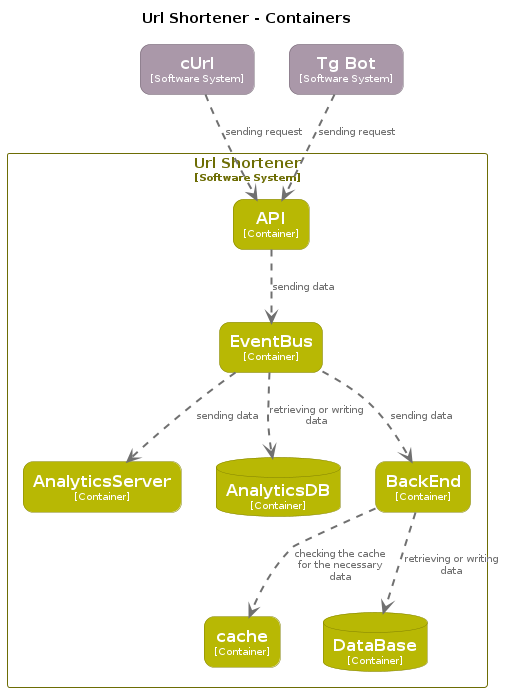
neojelll/url-shortener keeps this PlantUML diagram as architecture/diagrams/structurizr-Container-001.png. Above is the earlier version. Its diagram source:
```plantuml
@startuml
set separator none
title Url Shortener - Containers

top to bottom direction

skinparam {
  arrowFontSize 10
  defaultTextAlignment center
  wrapWidth 200
  maxMessageSize 100
}

hide stereotype

skinparam rectangle<<UrlShortener.API>> {
  BackgroundColor #b8b804
  FontColor #ffffff
  BorderColor #808002
  roundCorner 20
  shadowing false
}
skinparam database<<UrlShortener.AnalyticsDB>> {
  BackgroundColor #b8b804
  FontColor #ffffff
  BorderColor #808002
  shadowing false
}
skinparam rectangle<<UrlShortener.AnalyticsServer>> {
  BackgroundColor #b8b804
  FontColor #ffffff
  BorderColor #808002
  roundCorner 20
  shadowing false
}
skinparam rectangle<<UrlShortener.BackEnd>> {
  BackgroundColor #b8b804
  FontColor #ffffff
  BorderColor #808002
  roundCorner 20
  shadowing false
}
skinparam database<<UrlShortener.DataBase>> {
  BackgroundColor #b8b804
  FontColor #ffffff
  BorderColor #808002
  shadowing false
}
skinparam rectangle<<UrlShortener.EventBus>> {
  BackgroundColor #b8b804
  FontColor #ffffff
  BorderColor #808002
  roundCorner 20
  shadowing false
}
skinparam rectangle<<TgBot>> {
  BackgroundColor #aa98a9
  FontColor #ffffff
  BorderColor #766a76
  roundCorner 20
  shadowing false
}
skinparam rectangle<<cUrl>> {
  BackgroundColor #aa98a9
  FontColor #ffffff
  BorderColor #766a76
  roundCorner 20
  shadowing false
}
skinparam rectangle<<UrlShortener.cache>> {
  BackgroundColor #b8b804
  FontColor #ffffff
  BorderColor #808002
  roundCorner 20
  shadowing false
}
skinparam rectangle<<UrlShortener>> {
  BorderColor #6d6d04
  FontColor #6d6d04
  shadowing false
}

rectangle "==cUrl\n<size:10>[Software System]</size>" <<cUrl>> as cUrl
rectangle "==Tg Bot\n<size:10>[Software System]</size>" <<TgBot>> as TgBot

rectangle "Url Shortener\n<size:10>[Software System]</size>" <<UrlShortener>> {
  rectangle "==cache\n<size:10>[Container]</size>" <<UrlShortener.cache>> as UrlShortener.cache
  database "==DataBase\n<size:10>[Container]</size>" <<UrlShortener.DataBase>> as UrlShortener.DataBase
  rectangle "==API\n<size:10>[Container]</size>" <<UrlShortener.API>> as UrlShortener.API
  rectangle "==EventBus\n<size:10>[Container]</size>" <<UrlShortener.EventBus>> as UrlShortener.EventBus
  rectangle "==AnalyticsServer\n<size:10>[Container]</size>" <<UrlShortener.AnalyticsServer>> as UrlShortener.AnalyticsServer
  database "==AnalyticsDB\n<size:10>[Container]</size>" <<UrlShortener.AnalyticsDB>> as UrlShortener.AnalyticsDB
  rectangle "==BackEnd\n<size:10>[Container]</size>" <<UrlShortener.BackEnd>> as UrlShortener.BackEnd
}

cUrl .[#707070,thickness=2].> UrlShortener.API : "<color:#707070>sending request"
TgBot .[#707070,thickness=2].> UrlShortener.API : "<color:#707070>sending request"
UrlShortener.API .[#707070,thickness=2].> UrlShortener.EventBus : "<color:#707070>sending data"
UrlShortener.EventBus .[#707070,thickness=2].> UrlShortener.AnalyticsServer : "<color:#707070>sending data"
UrlShortener.EventBus .[#707070,thickness=2].> UrlShortener.AnalyticsDB : "<color:#707070>retrieving or writing data"
UrlShortener.EventBus .[#707070,thickness=2].> UrlShortener.BackEnd : "<color:#707070>sending data"
UrlShortener.BackEnd .[#707070,thickness=2].> UrlShortener.DataBase : "<color:#707070>retrieving or writing data"
UrlShortener.BackEnd .[#707070,thickness=2].> UrlShortener.cache : "<color:#707070>checking the cache for the necessary data"
@enduml
```
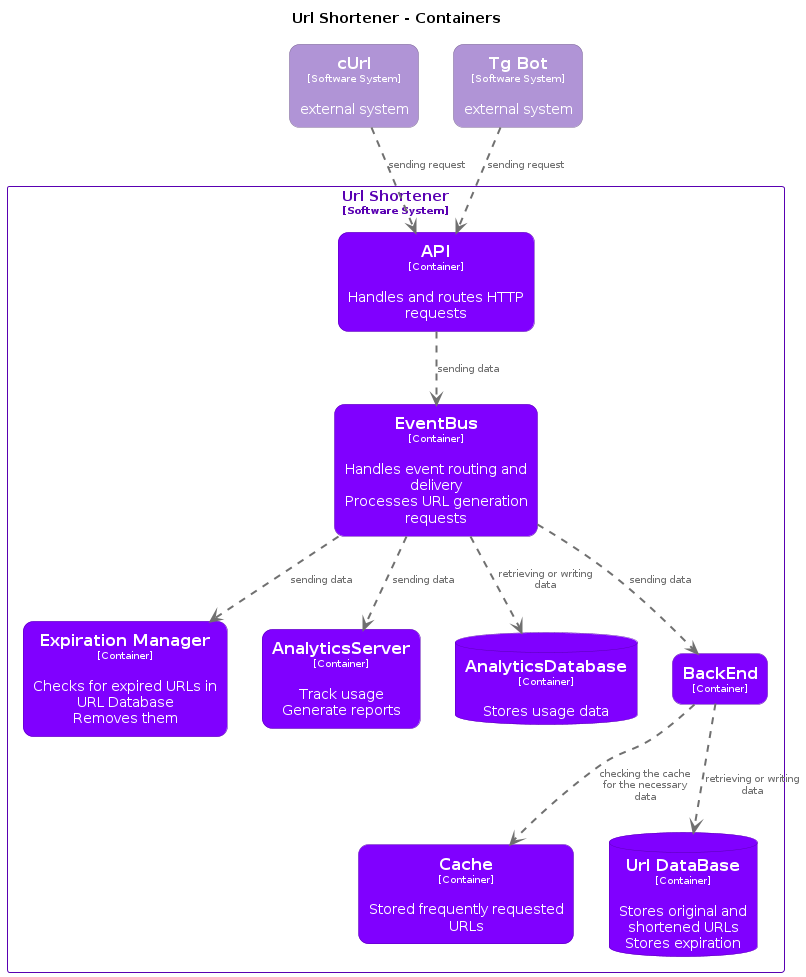
After the change.

Commit message:
chores(C4 diagrams): Update Structurizr diagrams

What changed in the source:
```diff
@@ -14,82 +14,90 @@
 hide stereotype
 
 skinparam rectangle<<UrlShortener.API>> {
-  BackgroundColor #b8b804
+  BackgroundColor #8000ff
   FontColor #ffffff
-  BorderColor #808002
+  BorderColor #5900b2
   roundCorner 20
   shadowing false
 }
-skinparam database<<UrlShortener.AnalyticsDB>> {
-  BackgroundColor #b8b804
+skinparam database<<UrlShortener.AnalyticsDatabase>> {
+  BackgroundColor #8000ff
   FontColor #ffffff
-  BorderColor #808002
+  BorderColor #5900b2
   shadowing false
 }
 skinparam rectangle<<UrlShortener.AnalyticsServer>> {
-  BackgroundColor #b8b804
+  BackgroundColor #8000ff
   FontColor #ffffff
-  BorderColor #808002
+  BorderColor #5900b2
   roundCorner 20
   shadowing false
 }
 skinparam rectangle<<UrlShortener.BackEnd>> {
-  BackgroundColor #b8b804
+  BackgroundColor #8000ff
   FontColor #ffffff
-  BorderColor #808002
+  BorderColor #5900b2
   roundCorner 20
   shadowing false
 }
-skinparam database<<UrlShortener.DataBase>> {
-  BackgroundColor #b8b804
+skinparam rectangle<<UrlShortener.Cache>> {
+  BackgroundColor #8000ff
   FontColor #ffffff
-  BorderColor #808002
+  BorderColor #5900b2
+  roundCorner 20
   shadowing false
 }
 skinparam rectangle<<UrlShortener.EventBus>> {
-  BackgroundColor #b8b804
+  BackgroundColor #8000ff
   FontColor #ffffff
-  BorderColor #808002
+  BorderColor #5900b2
+  roundCorner 20
+  shadowing false
+}
+skinparam rectangle<<UrlShortener.ExpirationManager>> {
+  BackgroundColor #8000ff
+  FontColor #ffffff
+  BorderColor #5900b2
   roundCorner 20
   shadowing false
 }
 skinparam rectangle<<TgBot>> {
-  BackgroundColor #aa98a9
+  BackgroundColor #b094d6
   FontColor #ffffff
-  BorderColor #766a76
+  BorderColor #7b6795
   roundCorner 20
   shadowing false
 }
-skinparam rectangle<<cUrl>> {
-  BackgroundColor #aa98a9
+skinparam database<<UrlShortener.UrlDataBase>> {
+  BackgroundColor #8000ff
   FontColor #ffffff
-  BorderColor #766a76
-  roundCorner 20
+  BorderColor #5900b2
   shadowing false
 }
-skinparam rectangle<<UrlShortener.cache>> {
-  BackgroundColor #b8b804
+skinparam rectangle<<cUrl>> {
+  BackgroundColor #b094d6
   FontColor #ffffff
-  BorderColor #808002
+  BorderColor #7b6795
   roundCorner 20
   shadowing false
 }
 skinparam rectangle<<UrlShortener>> {
-  BorderColor #6d6d04
-  FontColor #6d6d04
+  BorderColor #5900b2
+  FontColor #5900b2
   shadowing false
 }
 
-rectangle "==cUrl\n<size:10>[Software System]</size>" <<cUrl>> as cUrl
-rectangle "==Tg Bot\n<size:10>[Software System]</size>" <<TgBot>> as TgBot
+rectangle "==cUrl\n<size:10>[Software System]</size>\n\nexternal system" <<cUrl>> as cUrl
+rectangle "==Tg Bot\n<size:10>[Software System]</size>\n\nexternal system" <<TgBot>> as TgBot
 
 rectangle "Url Shortener\n<size:10>[Software System]</size>" <<UrlShortener>> {
-  rectangle "==cache\n<size:10>[Container]</size>" <<UrlShortener.cache>> as UrlShortener.cache
-  database "==DataBase\n<size:10>[Container]</size>" <<UrlShortener.DataBase>> as UrlShortener.DataBase
-  rectangle "==API\n<size:10>[Container]</size>" <<UrlShortener.API>> as UrlShortener.API
-  rectangle "==EventBus\n<size:10>[Container]</size>" <<UrlShortener.EventBus>> as UrlShortener.EventBus
-  rectangle "==AnalyticsServer\n<size:10>[Container]</size>" <<UrlShortener.AnalyticsServer>> as UrlShortener.AnalyticsServer
-  database "==AnalyticsDB\n<size:10>[Container]</size>" <<UrlShortener.AnalyticsDB>> as UrlShortener.AnalyticsDB
+  rectangle "==Cache\n<size:10>[Container]</size>\n\nStored frequently requested URLs" <<UrlShortener.Cache>> as UrlShortener.Cache
+  database "==Url DataBase\n<size:10>[Container]</size>\n\nStores original and shortened URLs\nStores expiration" <<UrlShortener.UrlDataBase>> as UrlShortener.UrlDataBase
+  rectangle "==Expiration Manager\n<size:10>[Container]</size>\n\nChecks for expired URLs in URL Database\nRemoves them" <<UrlShortener.ExpirationManager>> as UrlShortener.ExpirationManager
+  rectangle "==API\n<size:10>[Container]</size>\n\nHandles and routes HTTP requests" <<UrlShortener.API>> as UrlShortener.API
+  rectangle "==EventBus\n<size:10>[Container]</size>\n\nHandles event routing and delivery\nProcesses URL generation requests" <<UrlShortener.EventBus>> as UrlShortener.EventBus
+  rectangle "==AnalyticsServer\n<size:10>[Container]</size>\n\nTrack usage\nGenerate reports" <<UrlShortener.AnalyticsServer>> as UrlShortener.AnalyticsServer
+  database "==AnalyticsDatabase\n<size:10>[Container]</size>\n\nStores usage data" <<UrlShortener.AnalyticsDatabase>> as UrlShortener.AnalyticsDatabase
   rectangle "==BackEnd\n<size:10>[Container]</size>" <<UrlShortener.BackEnd>> as UrlShortener.BackEnd
 }
 
@@ -97,8 +105,9 @@
 TgBot .[#707070,thickness=2].> UrlShortener.API : "<color:#707070>sending request"
 UrlShortener.API .[#707070,thickness=2].> UrlShortener.EventBus : "<color:#707070>sending data"
 UrlShortener.EventBus .[#707070,thickness=2].> UrlShortener.AnalyticsServer : "<color:#707070>sending data"
-UrlShortener.EventBus .[#707070,thickness=2].> UrlShortener.AnalyticsDB : "<color:#707070>retrieving or writing data"
+UrlShortener.EventBus .[#707070,thickness=2].> UrlShortener.AnalyticsDatabase : "<color:#707070>retrieving or writing data"
 UrlShortener.EventBus .[#707070,thickness=2].> UrlShortener.BackEnd : "<color:#707070>sending data"
-UrlShortener.BackEnd .[#707070,thickness=2].> UrlShortener.DataBase : "<color:#707070>retrieving or writing data"
-UrlShortener.BackEnd .[#707070,thickness=2].> UrlShortener.cache : "<color:#707070>checking the cache for the necessary data"
+UrlShortener.EventBus .[#707070,thickness=2].> UrlShortener.ExpirationManager : "<color:#707070>sending data"
+UrlShortener.BackEnd .[#707070,thickness=2].> UrlShortener.UrlDataBase : "<color:#707070>retrieving or writing data"
+UrlShortener.BackEnd .[#707070,thickness=2].> UrlShortener.Cache : "<color:#707070>checking the cache for the necessary data"
 @enduml
```
